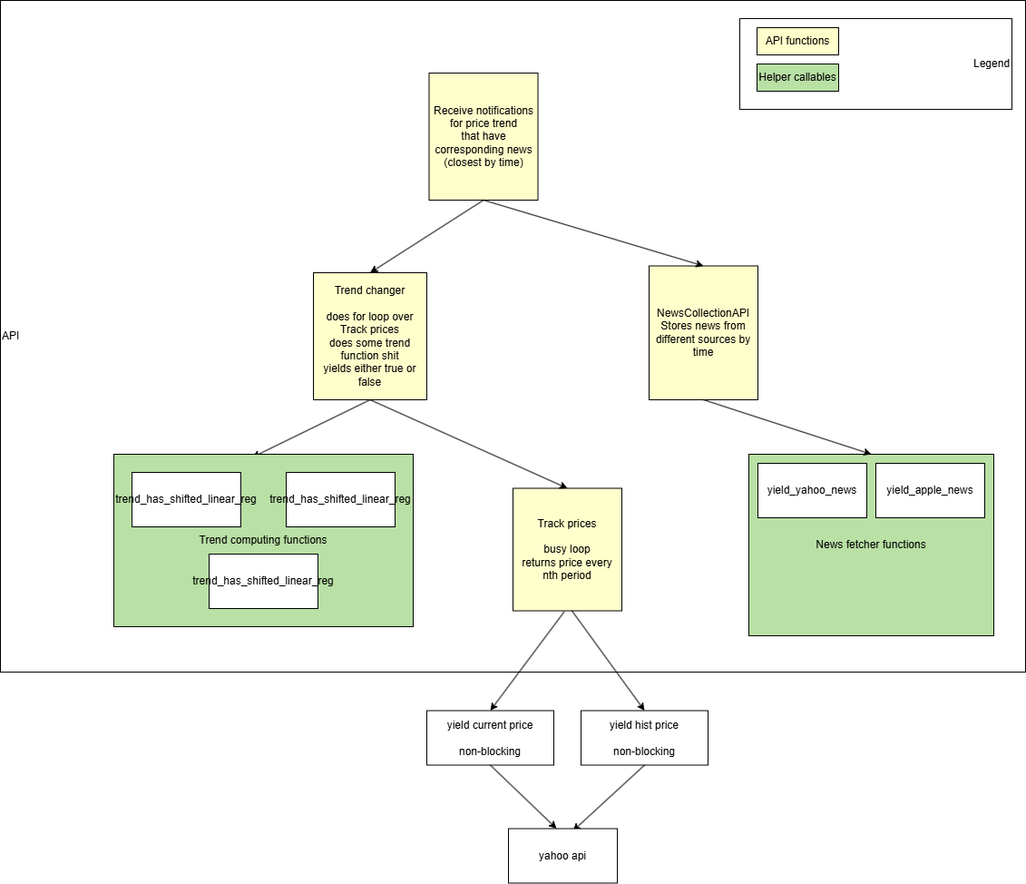
Before: imgs/FP_architecture.png, a diagram exported from draw.io (arelav99/PriceParser). Source tidied: cells renumbered, new cells last; positions are measured from the earlier drawing's top-left corner, leaving out a move shared by most shapes. The source it was exported from:
```xml
<mxGraphModel>
  <root>
    <mxCell id="0" />
    <mxCell id="1" parent="0" />
    <mxCell id="2" value="API" style="rounded=0;whiteSpace=wrap;html=1;align=left;" parent="1" vertex="1">
      <mxGeometry width="1130" height="740" as="geometry" />
    </mxCell>
    <mxCell id="3" value="Track prices&lt;div&gt;&lt;br&gt;&lt;/div&gt;&lt;div&gt;busy loop&lt;/div&gt;&lt;div&gt;returns price every nth period&lt;/div&gt;" style="rounded=0;whiteSpace=wrap;html=1;fillColor=light-dark(#FFFFCC,var(--ge-dark-color, #121212));" parent="1" vertex="1">
      <mxGeometry x="565" y="537.5" width="120" height="135" as="geometry" />
    </mxCell>
    <mxCell id="4" value="Receive notifications&lt;div&gt;for price trend&lt;/div&gt;&lt;div&gt;that have corresponding news (closest by time)&lt;/div&gt;" style="rounded=0;whiteSpace=wrap;html=1;fillColor=light-dark(#FFFFCC,var(--ge-dark-color, #121212));" parent="1" vertex="1">
      <mxGeometry x="472.5" y="80" width="120" height="140" as="geometry" />
    </mxCell>
    <mxCell id="5" value="Trend changer&lt;div&gt;&lt;br&gt;&lt;/div&gt;&lt;div&gt;does for loop over Track prices&lt;/div&gt;&lt;div&gt;does some trend function shit&lt;/div&gt;&lt;div&gt;yields either true or false&lt;/div&gt;" style="rounded=0;whiteSpace=wrap;html=1;fillColor=light-dark(#FFFFCC,var(--ge-dark-color, #121212));" parent="1" vertex="1">
      <mxGeometry x="345" y="300" width="125" height="140" as="geometry" />
    </mxCell>
    <mxCell id="6" style="endArrow=classic;html=1;rounded=0;exitX=0.5;exitY=1;exitDx=0;exitDy=0;entryX=0.5;entryY=0;entryDx=0;entryDy=0;" parent="1" edge="1" source="5" target="3">
      <mxGeometry relative="1" as="geometry" />
    </mxCell>
    <mxCell id="7" style="endArrow=classic;html=1;rounded=0;exitX=0.5;exitY=1;exitDx=0;exitDy=0;entryX=0.462;entryY=0.018;entryDx=0;entryDy=0;entryPerimeter=0;" parent="1" edge="1" source="5" target="19">
      <mxGeometry relative="1" as="geometry" />
    </mxCell>
    <mxCell id="8" value="NewsCollectionAPI&lt;div&gt;Stores news from different sources by time&lt;/div&gt;" style="rounded=0;whiteSpace=wrap;html=1;fillColor=light-dark(#FFFFCC,var(--ge-dark-color, #121212));" parent="1" vertex="1">
      <mxGeometry x="715" y="292.5" width="120" height="147.5" as="geometry" />
    </mxCell>
    <mxCell id="9" style="group;" parent="1" vertex="1">
      <mxGeometry x="470" y="672.5" width="310" height="300" as="geometry" />
    </mxCell>
    <mxCell id="10" value="yield current price&lt;div&gt;&lt;br&gt;&lt;/div&gt;&lt;div&gt;non-blocking&lt;/div&gt;" style="rounded=0;whiteSpace=wrap;html=1;" parent="9" vertex="1">
      <mxGeometry y="110" width="140" height="60" as="geometry" />
    </mxCell>
    <mxCell id="11" style="endArrow=classic;html=1;rounded=0;entryX=0.5;entryY=0;entryDx=0;entryDy=0;exitX=0.429;exitY=1.017;exitDx=0;exitDy=0;exitPerimeter=0;" parent="9" edge="1" target="10">
      <mxGeometry relative="1" as="geometry">
        <mxPoint x="151.5" y="1" as="sourcePoint" />
      </mxGeometry>
    </mxCell>
    <mxCell id="12" value="yield hist price&lt;div&gt;&lt;br&gt;&lt;div&gt;non-blocking&lt;/div&gt;&lt;/div&gt;" style="rounded=0;whiteSpace=wrap;html=1;" parent="9" vertex="1">
      <mxGeometry x="170" y="110" width="140" height="60" as="geometry" />
    </mxCell>
    <mxCell id="13" style="endArrow=classic;html=1;rounded=0;entryX=0.5;entryY=0;entryDx=0;entryDy=0;exitX=0.5;exitY=1;exitDx=0;exitDy=0;" parent="9" edge="1" target="12">
      <mxGeometry relative="1" as="geometry">
        <mxPoint x="160" as="sourcePoint" />
      </mxGeometry>
    </mxCell>
    <mxCell id="14" style="endArrow=classic;html=1;rounded=0;exitX=0.5;exitY=1;exitDx=0;exitDy=0;entryX=0.442;entryY=0;entryDx=0;entryDy=0;entryPerimeter=0;" parent="9" edge="1" source="10" target="16">
      <mxGeometry relative="1" as="geometry" />
    </mxCell>
    <mxCell id="15" style="endArrow=classic;html=1;rounded=0;entryX=0.592;entryY=0.042;entryDx=0;entryDy=0;entryPerimeter=0;exitX=0.5;exitY=1;exitDx=0;exitDy=0;" parent="9" edge="1" source="12" target="16">
      <mxGeometry relative="1" as="geometry" />
    </mxCell>
    <mxCell id="16" value="yahoo api" style="rounded=0;whiteSpace=wrap;html=1;" parent="9" vertex="1">
      <mxGeometry x="90" y="240" width="120" height="60" as="geometry" />
    </mxCell>
    <mxCell id="17" style="endArrow=classic;html=1;rounded=0;exitX=0.5;exitY=1;exitDx=0;exitDy=0;entryX=0.5;entryY=0;entryDx=0;entryDy=0;" parent="1" edge="1" source="4" target="5">
      <mxGeometry relative="1" as="geometry" />
    </mxCell>
    <mxCell id="18" style="group;fillColor=#FFFFCC;" parent="1" vertex="1">
      <mxGeometry x="125" y="500" width="330" height="190" as="geometry" />
    </mxCell>
    <mxCell id="19" value="Trend computing functions" style="rounded=0;whiteSpace=wrap;html=1;fillColor=light-dark(#B9E0A5,#000000);" parent="18" vertex="1">
      <mxGeometry width="330" height="190" as="geometry" />
    </mxCell>
    <mxCell id="20" value="trend_has_shifted_linear_reg" style="rounded=0;whiteSpace=wrap;html=1;" parent="18" vertex="1">
      <mxGeometry x="20" y="20" width="120" height="60" as="geometry" />
    </mxCell>
    <mxCell id="21" value="trend_has_shifted_linear_reg" style="rounded=0;whiteSpace=wrap;html=1;" parent="18" vertex="1">
      <mxGeometry x="190" y="20" width="120" height="60" as="geometry" />
    </mxCell>
    <mxCell id="22" value="trend_has_shifted_linear_reg" style="rounded=0;whiteSpace=wrap;html=1;" parent="18" vertex="1">
      <mxGeometry x="105" y="110" width="120" height="60" as="geometry" />
    </mxCell>
    <mxCell id="23" value="News fetcher functions" style="rounded=0;whiteSpace=wrap;html=1;fillColor=light-dark(#B9E0A5,var(--ge-dark-color, #121212));" parent="1" vertex="1">
      <mxGeometry x="825" y="500" width="270" height="200" as="geometry" />
    </mxCell>
    <mxCell id="24" value="yield_yahoo_news" style="rounded=0;whiteSpace=wrap;html=1;" parent="1" vertex="1">
      <mxGeometry x="835" y="510" width="120" height="60" as="geometry" />
    </mxCell>
    <mxCell id="25" value="yield_apple_news" style="rounded=0;whiteSpace=wrap;html=1;" parent="1" vertex="1">
      <mxGeometry x="965" y="510" width="120" height="60" as="geometry" />
    </mxCell>
    <mxCell id="26" style="endArrow=classic;html=1;rounded=0;exitX=0.5;exitY=1;exitDx=0;exitDy=0;entryX=0.5;entryY=0;entryDx=0;entryDy=0;" parent="1" edge="1" source="8" target="23">
      <mxGeometry relative="1" as="geometry" />
    </mxCell>
    <mxCell id="27" style="endArrow=classic;html=1;rounded=0;exitX=0.5;exitY=1;exitDx=0;exitDy=0;entryX=0.5;entryY=0;entryDx=0;entryDy=0;" parent="1" edge="1" source="4" target="8">
      <mxGeometry relative="1" as="geometry" />
    </mxCell>
    <mxCell id="28" value="Legend" style="rounded=0;whiteSpace=wrap;html=1;align=right;" parent="1" vertex="1">
      <mxGeometry x="815" y="20" width="300" height="100" as="geometry" />
    </mxCell>
    <mxCell id="29" value="API functions" style="rounded=0;whiteSpace=wrap;html=1;fillColor=light-dark(#FFFFCC,var(--ge-dark-color, #121212));" parent="1" vertex="1">
      <mxGeometry x="834" y="30" width="90" height="30" as="geometry" />
    </mxCell>
    <mxCell id="30" value="Helper callables" style="rounded=0;whiteSpace=wrap;html=1;fillColor=light-dark(#B9E0A5,#000000);" parent="1" vertex="1">
      <mxGeometry x="834" y="70" width="90" height="30" as="geometry" />
    </mxCell>
  </root>
</mxGraphModel>
```
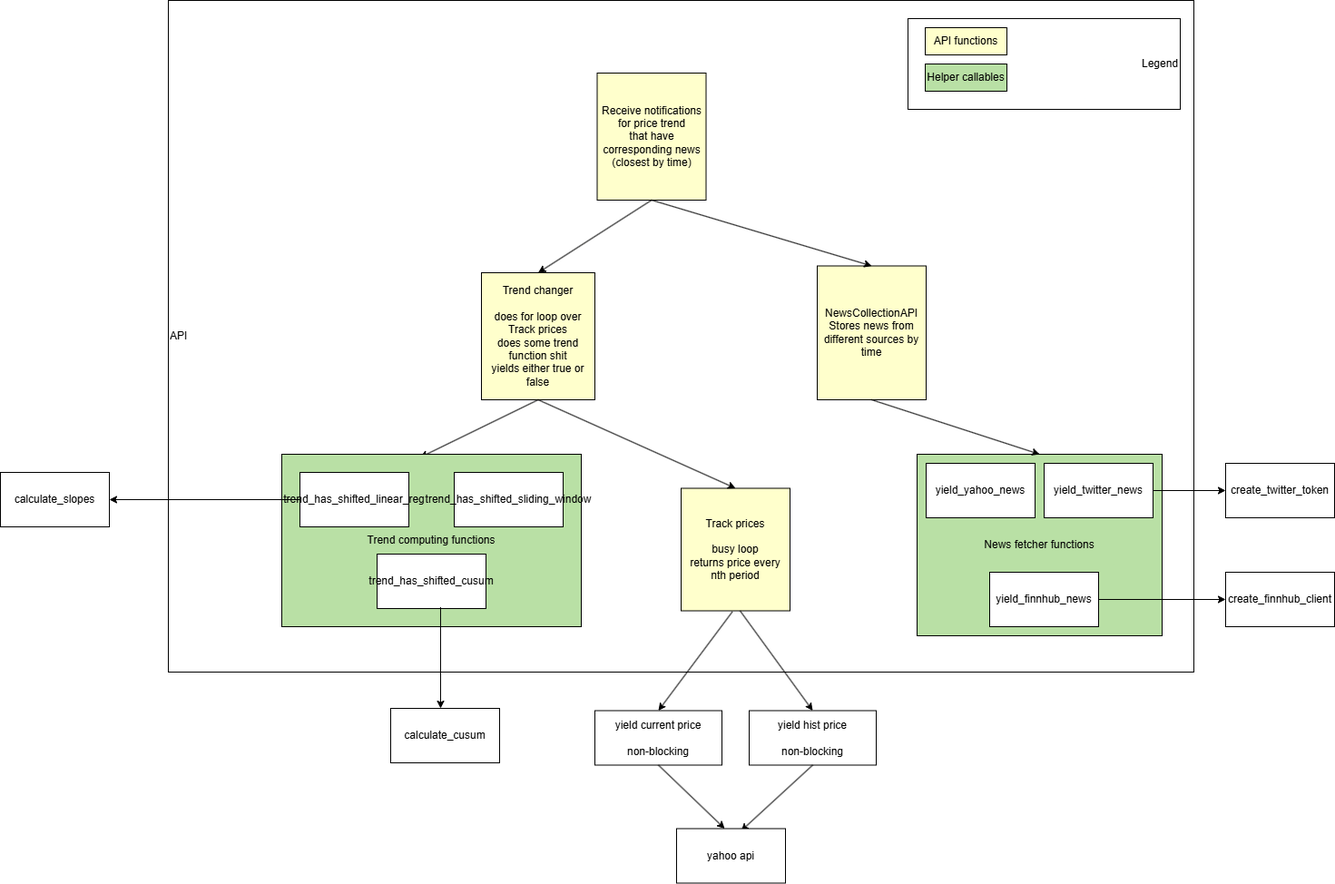
The same diagram one commit later.

Commit message:
adding new architecture layout

What changed in the source:
```diff
@@ -63,10 +63,10 @@
     <mxCell id="20" value="trend_has_shifted_linear_reg" style="rounded=0;whiteSpace=wrap;html=1;" parent="18" vertex="1">
       <mxGeometry x="20" y="20" width="120" height="60" as="geometry" />
     </mxCell>
-    <mxCell id="21" value="trend_has_shifted_linear_reg" style="rounded=0;whiteSpace=wrap;html=1;" parent="18" vertex="1">
+    <mxCell id="21" value="trend_has_shifted_sliding_window" style="rounded=0;whiteSpace=wrap;html=1;" parent="18" vertex="1">
       <mxGeometry x="190" y="20" width="120" height="60" as="geometry" />
     </mxCell>
-    <mxCell id="22" value="trend_has_shifted_linear_reg" style="rounded=0;whiteSpace=wrap;html=1;" parent="18" vertex="1">
+    <mxCell id="22" value="trend_has_shifted_cusum" style="rounded=0;whiteSpace=wrap;html=1;" parent="18" vertex="1">
       <mxGeometry x="105" y="110" width="120" height="60" as="geometry" />
     </mxCell>
     <mxCell id="23" value="News fetcher functions" style="rounded=0;whiteSpace=wrap;html=1;fillColor=light-dark(#B9E0A5,var(--ge-dark-color, #121212));" parent="1" vertex="1">
@@ -75,7 +75,7 @@
     <mxCell id="24" value="yield_yahoo_news" style="rounded=0;whiteSpace=wrap;html=1;" parent="1" vertex="1">
       <mxGeometry x="835" y="510" width="120" height="60" as="geometry" />
     </mxCell>
-    <mxCell id="25" value="yield_apple_news" style="rounded=0;whiteSpace=wrap;html=1;" parent="1" vertex="1">
+    <mxCell id="25" value="yield_twitter_news" style="rounded=0;whiteSpace=wrap;html=1;" parent="1" vertex="1">
       <mxGeometry x="965" y="510" width="120" height="60" as="geometry" />
     </mxCell>
     <mxCell id="26" style="endArrow=classic;html=1;rounded=0;exitX=0.5;exitY=1;exitDx=0;exitDy=0;entryX=0.5;entryY=0;entryDx=0;entryDy=0;" parent="1" edge="1" source="8" target="23">
@@ -93,5 +93,40 @@
     <mxCell id="30" value="Helper callables" style="rounded=0;whiteSpace=wrap;html=1;fillColor=light-dark(#B9E0A5,#000000);" parent="1" vertex="1">
       <mxGeometry x="834" y="70" width="90" height="30" as="geometry" />
     </mxCell>
+    <mxCell id="31" value="yield_finnhub_news" style="rounded=0;whiteSpace=wrap;html=1;" parent="1" vertex="1">
+      <mxGeometry x="905" y="630" width="120" height="60" as="geometry" />
+    </mxCell>
+    <mxCell id="32" style="endArrow=classic;html=1;rounded=0;exitX=1;exitY=0.5;exitDx=0;exitDy=0;" parent="1" edge="1" source="25">
+      <mxGeometry relative="1" as="geometry">
+        <mxPoint x="1165" y="540" as="targetPoint" />
+      </mxGeometry>
+    </mxCell>
+    <mxCell id="33" value="create_twitter_token" style="rounded=0;whiteSpace=wrap;html=1;" parent="1" vertex="1">
+      <mxGeometry x="1165" y="510" width="120" height="60" as="geometry" />
+    </mxCell>
+    <mxCell id="34" style="endArrow=classic;html=1;rounded=0;exitX=1;exitY=0.5;exitDx=0;exitDy=0;" parent="1" edge="1" source="31">
+      <mxGeometry relative="1" as="geometry">
+        <mxPoint x="1165" y="660" as="targetPoint" />
+      </mxGeometry>
+    </mxCell>
+    <mxCell id="35" value="create_finnhub_client" style="rounded=0;whiteSpace=wrap;html=1;" parent="1" vertex="1">
+      <mxGeometry x="1165" y="630" width="120" height="60" as="geometry" />
+    </mxCell>
+    <mxCell id="36" style="endArrow=classic;html=1;rounded=0;exitX=0;exitY=0.5;exitDx=0;exitDy=0;" parent="1" edge="1" source="20">
+      <mxGeometry relative="1" as="geometry">
+        <mxPoint x="-65" y="550" as="targetPoint" />
+      </mxGeometry>
+    </mxCell>
+    <mxCell id="37" value="calculate_slopes" style="rounded=0;whiteSpace=wrap;html=1;" parent="1" vertex="1">
+      <mxGeometry x="-185" y="520" width="120" height="60" as="geometry" />
+    </mxCell>
+    <mxCell id="38" style="endArrow=classic;html=1;rounded=0;exitX=0.583;exitY=0.975;exitDx=0;exitDy=0;exitPerimeter=0;" parent="1" edge="1" source="22">
+      <mxGeometry relative="1" as="geometry">
+        <mxPoint x="300" y="780" as="targetPoint" />
+      </mxGeometry>
+    </mxCell>
+    <mxCell id="39" value="calculate_cusum" style="rounded=0;whiteSpace=wrap;html=1;" parent="1" vertex="1">
+      <mxGeometry x="245" y="780" width="120" height="60" as="geometry" />
+    </mxCell>
   </root>
 </mxGraphModel>
```
